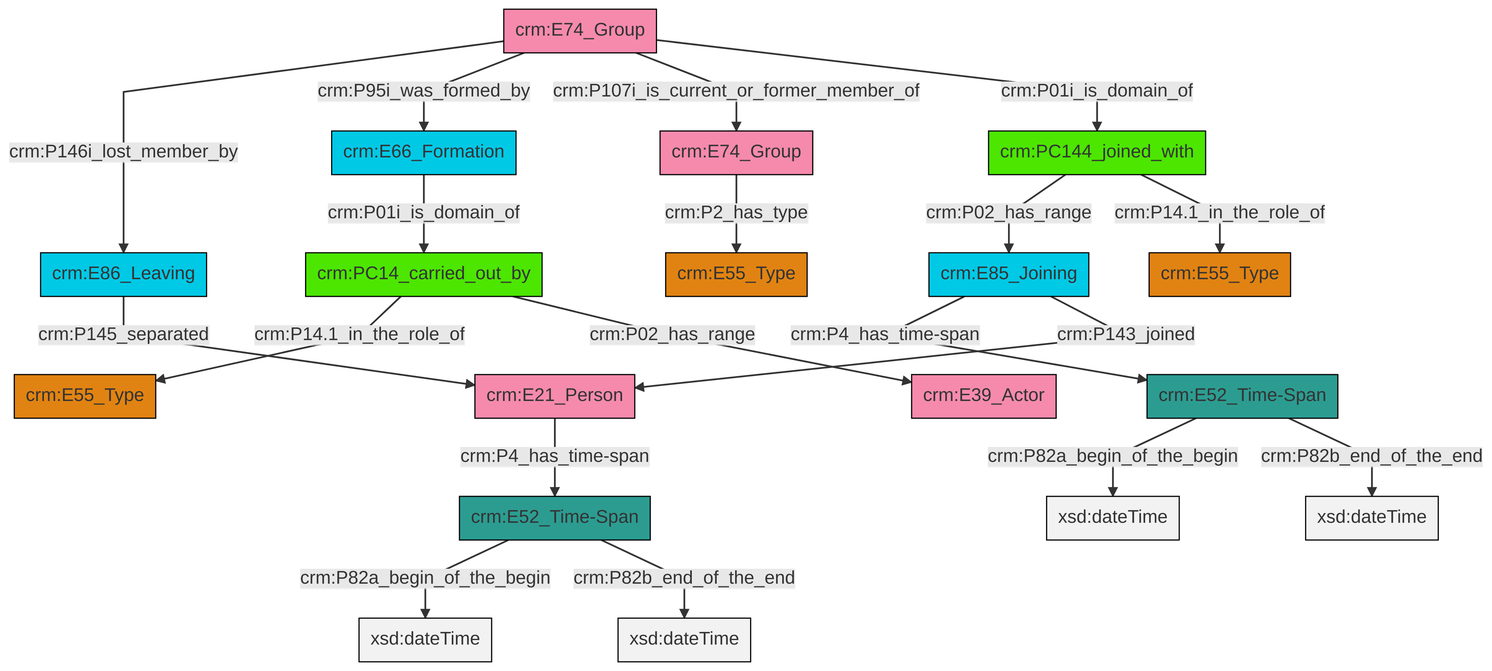
Before: et/groupCSV/ttl/mmd/png/group_actor_relations.png, a diagram exported from Mermaid (swiss-art-research-net/reference-data-models). Its source is kept beside it as et/groupCSV/ttl/mmd/group_actor_relations.ttl.mmd.
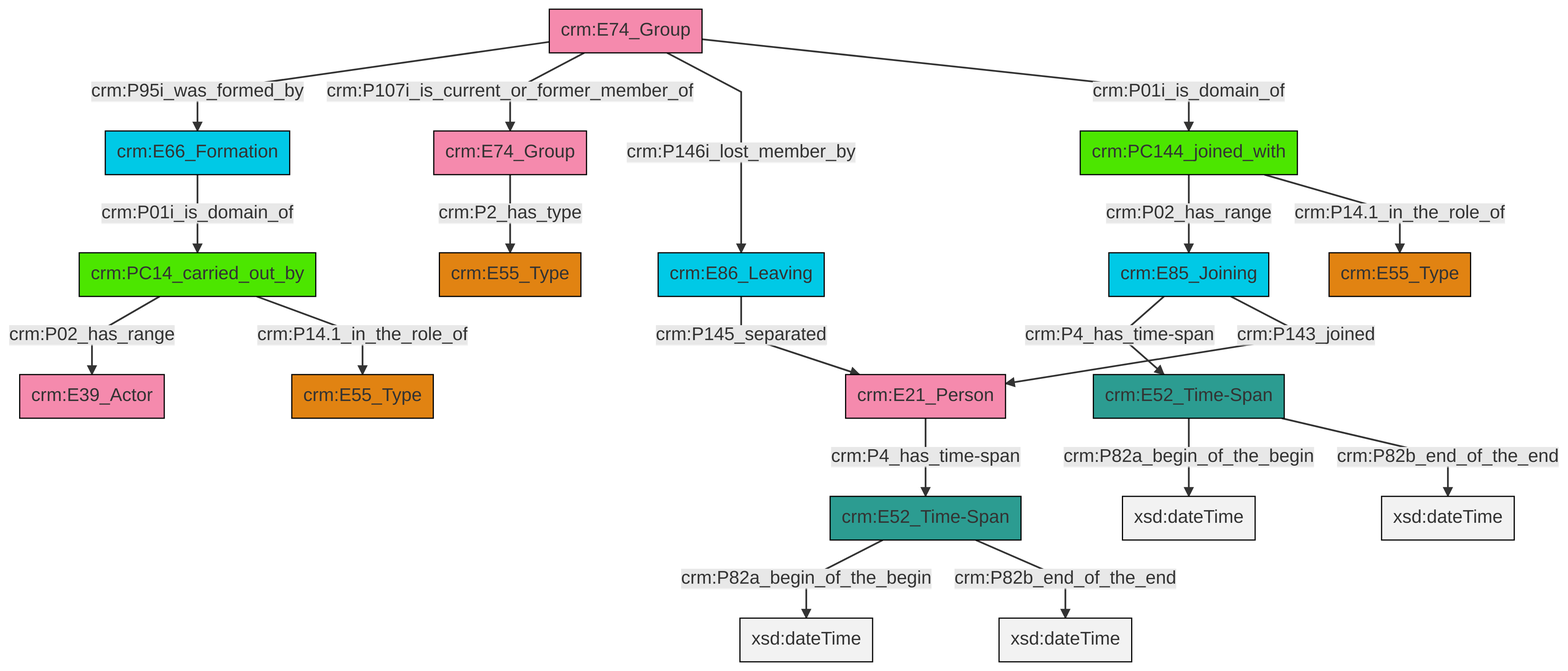
The same diagram one commit later.

Change to the diagram source:
```diff
@@ -13,21 +13,21 @@
 classDef PC_Classes fill:#4ce600, stroke:#000000;
 classDef Multi fill:#cccccc,stroke:#000000;
 
-0["crm:E74_Group"]:::Actor -->|crm:P2_has_type| 1["crm:E55_Type"]:::Type
-2["crm:E52_Time-Span"]:::Time-Span -->|crm:P82a_begin_of_the_begin| 3[xsd:dateTime]:::Literal
-2["crm:E52_Time-Span"]:::Time-Span -->|crm:P82b_end_of_the_end| 10[xsd:dateTime]:::Literal
-11["crm:PC144_joined_with"]:::PC_Classes -->|crm:P02_has_range| 12["crm:E85_Joining"]:::Temporal_Entity
-13["crm:E74_Group"]:::Actor -->|crm:P146i_lost_member_by| 4["crm:E86_Leaving"]:::Temporal_Entity
-4["crm:E86_Leaving"]:::Temporal_Entity -->|crm:P145_separated| 15["crm:E21_Person"]:::Actor
-12["crm:E85_Joining"]:::Temporal_Entity -->|crm:P4_has_time-span| 2["crm:E52_Time-Span"]:::Time-Span
-8["crm:E52_Time-Span"]:::Time-Span -->|crm:P82a_begin_of_the_begin| 20[xsd:dateTime]:::Literal
-21["crm:PC14_carried_out_by"]:::PC_Classes -->|crm:P14.1_in_the_role_of| 6["crm:E55_Type"]:::Type
-8["crm:E52_Time-Span"]:::Time-Span -->|crm:P82b_end_of_the_end| 22[xsd:dateTime]:::Literal
-11["crm:PC144_joined_with"]:::PC_Classes -->|crm:P14.1_in_the_role_of| 24["crm:E55_Type"]:::Type
-13["crm:E74_Group"]:::Actor -->|crm:P95i_was_formed_by| 28["crm:E66_Formation"]:::Temporal_Entity
-28["crm:E66_Formation"]:::Temporal_Entity -->|crm:P01i_is_domain_of| 21["crm:PC14_carried_out_by"]:::PC_Classes
-15["crm:E21_Person"]:::Actor -->|crm:P4_has_time-span| 8["crm:E52_Time-Span"]:::Time-Span
-21["crm:PC14_carried_out_by"]:::PC_Classes -->|crm:P02_has_range| 16["crm:E39_Actor"]:::Actor
-13["crm:E74_Group"]:::Actor -->|crm:P107i_is_current_or_former_member_of| 0["crm:E74_Group"]:::Actor
-12["crm:E85_Joining"]:::Temporal_Entity -->|crm:P143_joined| 15["crm:E21_Person"]:::Actor
-13["crm:E74_Group"]:::Actor -->|crm:P01i_is_domain_of| 11["crm:PC144_joined_with"]:::PC_Classes
+0["crm:E52_Time-Span"]:::Time-Span -->|crm:P82a_begin_of_the_begin| 1[xsd:dateTime]:::Literal
+0["crm:E52_Time-Span"]:::Time-Span -->|crm:P82b_end_of_the_end| 2[xsd:dateTime]:::Literal
+7["crm:PC14_carried_out_by"]:::PC_Classes -->|crm:P02_has_range| 8["crm:E39_Actor"]:::Actor
+9["crm:E86_Leaving"]:::Temporal_Entity -->|crm:P145_separated| 10["crm:E21_Person"]:::Actor
+18["crm:E52_Time-Span"]:::Time-Span -->|crm:P82a_begin_of_the_begin| 19[xsd:dateTime]:::Literal
+7["crm:PC14_carried_out_by"]:::PC_Classes -->|crm:P14.1_in_the_role_of| 16["crm:E55_Type"]:::Type
+5["crm:E74_Group"]:::Actor -->|crm:P2_has_type| 20["crm:E55_Type"]:::Type
+10["crm:E21_Person"]:::Actor -->|crm:P4_has_time-span| 0["crm:E52_Time-Span"]:::Time-Span
+21["crm:E74_Group"]:::Actor -->|crm:P95i_was_formed_by| 22["crm:E66_Formation"]:::Temporal_Entity
+21["crm:E74_Group"]:::Actor -->|crm:P107i_is_current_or_former_member_of| 5["crm:E74_Group"]:::Actor
+3["crm:E85_Joining"]:::Temporal_Entity -->|crm:P4_has_time-span| 18["crm:E52_Time-Span"]:::Time-Span
+3["crm:E85_Joining"]:::Temporal_Entity -->|crm:P143_joined| 10["crm:E21_Person"]:::Actor
+21["crm:E74_Group"]:::Actor -->|crm:P146i_lost_member_by| 9["crm:E86_Leaving"]:::Temporal_Entity
+13["crm:PC144_joined_with"]:::PC_Classes -->|crm:P02_has_range| 3["crm:E85_Joining"]:::Temporal_Entity
+21["crm:E74_Group"]:::Actor -->|crm:P01i_is_domain_of| 13["crm:PC144_joined_with"]:::PC_Classes
+13["crm:PC144_joined_with"]:::PC_Classes -->|crm:P14.1_in_the_role_of| 11["crm:E55_Type"]:::Type
+18["crm:E52_Time-Span"]:::Time-Span -->|crm:P82b_end_of_the_end| 30[xsd:dateTime]:::Literal
+22["crm:E66_Formation"]:::Temporal_Entity -->|crm:P01i_is_domain_of| 7["crm:PC14_carried_out_by"]:::PC_Classes
```
